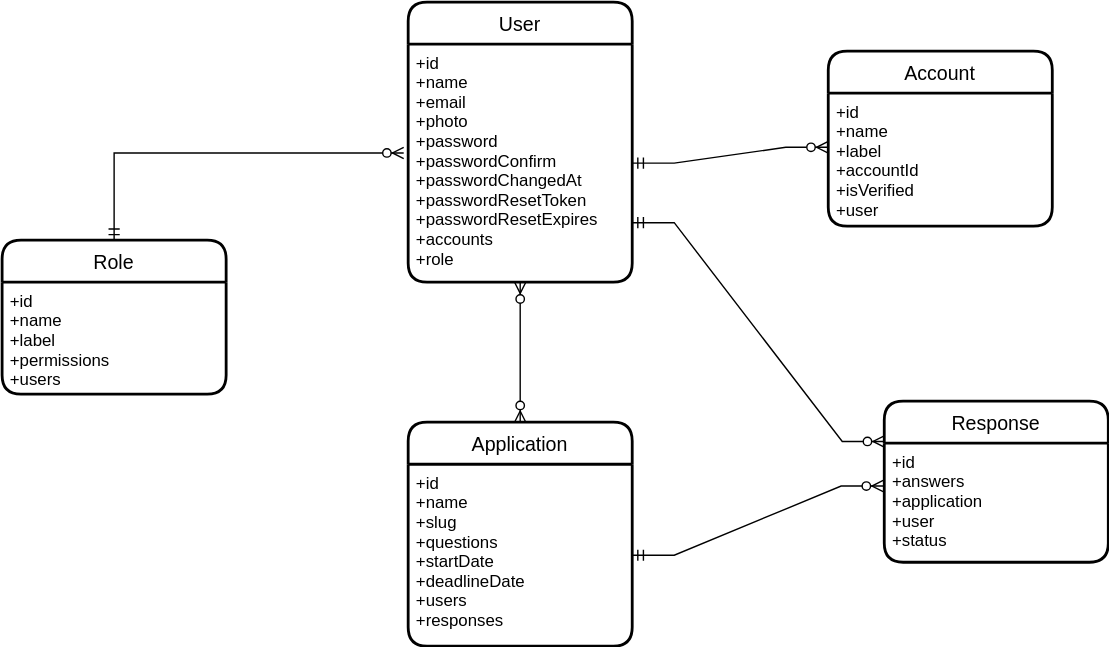
This is public/entity-relationship-diagram.svg from ekiztk/community-application-website, a draw.io export, as it was before one commit. Source tidied: cells renumbered, new cells last; positions are measured from the earlier drawing's top-left corner, leaving out a move shared by most shapes.
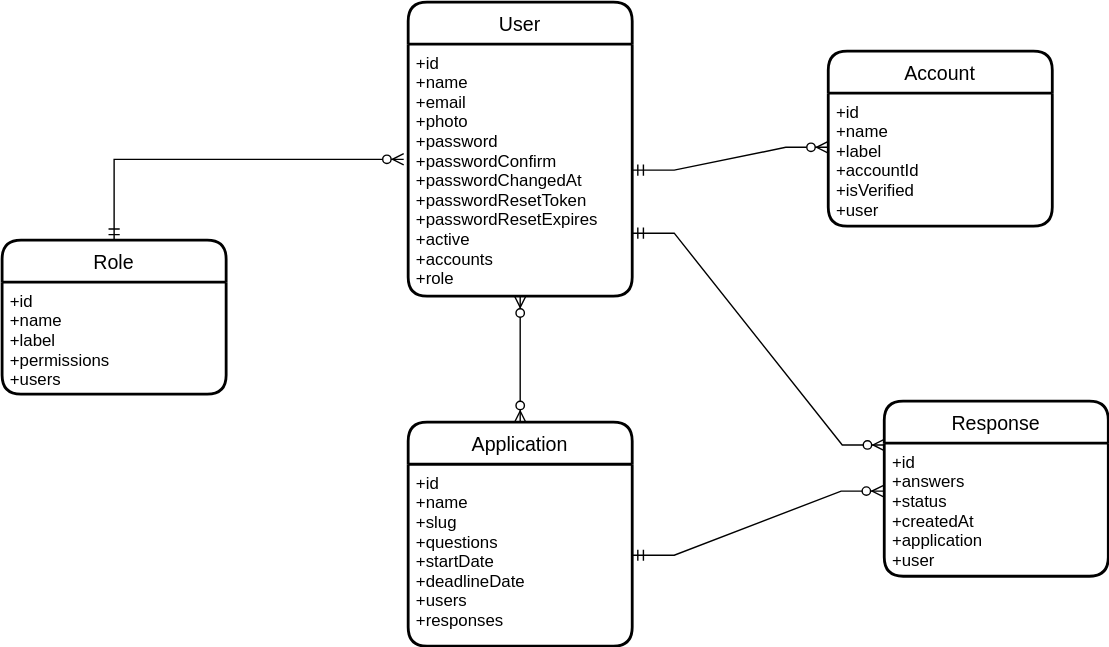
Above is the later version.

Commit message:
Add createdAt field to the Response model

Diff of the diagram source:
```diff
@@ -3,10 +3,10 @@
     <mxCell id="0" />
     <mxCell id="1" parent="0" />
     <mxCell id="2" value="User" style="swimlane;horizontal=1;startSize=30;rounded=1;fontSize=14;fontStyle=0;strokeWidth=2;shadow=0;dashed=0;align=center;" parent="1" vertex="1">
-      <mxGeometry x="290" width="160" height="200" as="geometry" />
+      <mxGeometry x="290" width="160" height="210" as="geometry" />
     </mxCell>
-    <mxCell id="3" value="+id&#10;+name&#10;+email&#10;+photo&#10;+password&#10;+passwordConfirm&#10;+passwordChangedAt&#10;+passwordResetToken&#10;+passwordResetExpires&#10;+accounts&#10;+role" style="align=left;strokeColor=none;fillColor=none;spacingLeft=4;fontSize=12;verticalAlign=top;" parent="2" vertex="1">
-      <mxGeometry y="30" width="160" height="170" as="geometry" />
+    <mxCell id="3" value="+id&#10;+name&#10;+email&#10;+photo&#10;+password&#10;+passwordConfirm&#10;+passwordChangedAt&#10;+passwordResetToken&#10;+passwordResetExpires&#10;+active&#10;+accounts&#10;+role" style="align=left;strokeColor=none;fillColor=none;spacingLeft=4;fontSize=12;verticalAlign=top;" parent="2" vertex="1">
+      <mxGeometry y="30" width="160" height="180" as="geometry" />
     </mxCell>
     <mxCell id="4" value="Account" style="swimlane;horizontal=1;startSize=30;rounded=1;fontSize=14;fontStyle=0;strokeWidth=2;shadow=0;dashed=0;align=center;" parent="1" vertex="1">
       <mxGeometry x="590" y="35" width="160" height="125" as="geometry" />
@@ -24,10 +24,10 @@
       <mxGeometry y="30" width="160" height="130" as="geometry" />
     </mxCell>
     <mxCell id="9" value="Response" style="swimlane;horizontal=1;startSize=30;rounded=1;fontSize=14;fontStyle=0;strokeWidth=2;shadow=0;dashed=0;align=center;" parent="1" vertex="1">
-      <mxGeometry x="630" y="285" width="160" height="115" as="geometry" />
+      <mxGeometry x="630" y="285" width="160" height="125" as="geometry" />
     </mxCell>
-    <mxCell id="10" value="+id&#10;+answers&#10;+application&#10;+user&#10;+status" style="align=left;strokeColor=none;fillColor=none;spacingLeft=4;fontSize=12;verticalAlign=top;" parent="9" vertex="1">
-      <mxGeometry y="30" width="160" height="85" as="geometry" />
+    <mxCell id="10" value="+id&#10;+answers&#10;+status&#10;+createdAt&#10;+application&#10;+user" style="align=left;strokeColor=none;fillColor=none;spacingLeft=4;fontSize=12;verticalAlign=top;" parent="9" vertex="1">
+      <mxGeometry y="30" width="160" height="95" as="geometry" />
     </mxCell>
     <mxCell id="11" style="edgeStyle=entityRelationEdgeStyle;fontSize=12;html=1;endArrow=ERzeroToMany;startArrow=ERmandOne;rounded=0;entryX=-0.005;entryY=0.36;entryDx=0;entryDy=0;entryPerimeter=0;exitX=1;exitY=0.5;exitDx=0;exitDy=0;" parent="1" edge="1" source="8" target="10">
       <mxGeometry relative="1" as="geometry" />
@@ -47,7 +47,7 @@
     <mxCell id="16" style="edgeStyle=orthogonalEdgeStyle;fontSize=12;html=1;endArrow=ERzeroToMany;startArrow=ERmandOne;rounded=0;exitX=0.5;exitY=0;exitDx=0;exitDy=0;entryX=-0.02;entryY=0.457;entryDx=0;entryDy=0;entryPerimeter=0;" parent="1" edge="1" source="14" target="3">
       <mxGeometry relative="1" as="geometry">
         <Array as="points">
-          <mxPoint x="80" y="108" />
+          <mxPoint x="80" y="112" />
         </Array>
       </mxGeometry>
     </mxCell>
```
